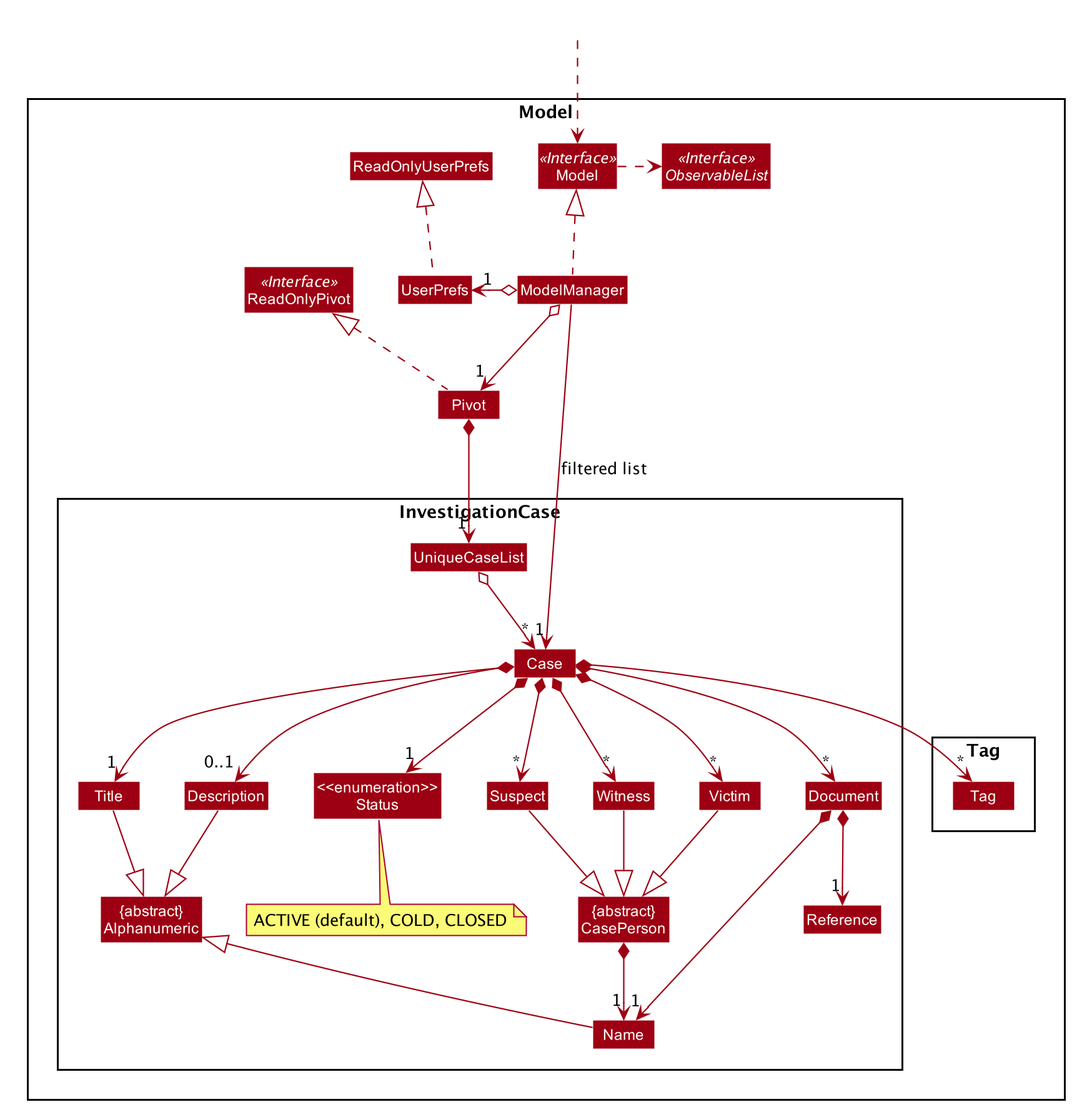
Earlier version of the PlantUML export docs/images/ModelClassDiagram.png (nus-cs2103-AY2021S1/tp).
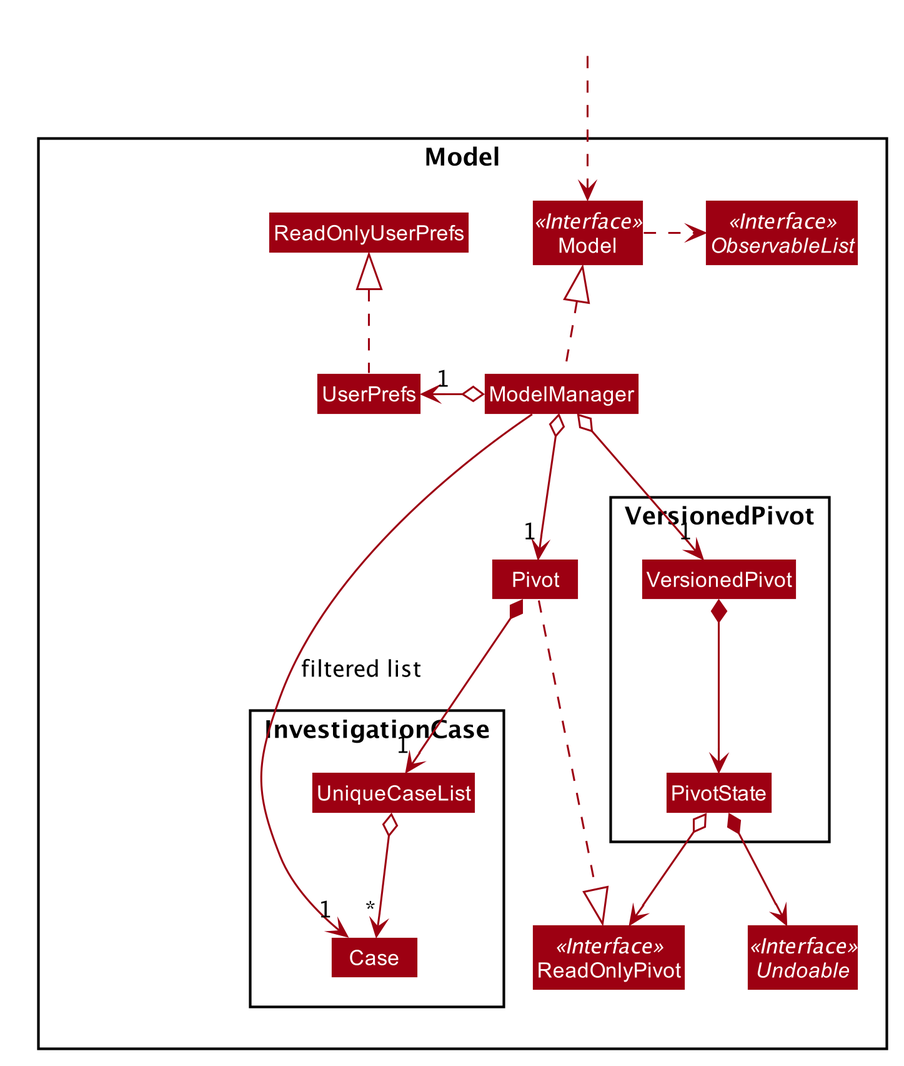
The same diagram one commit later.

Commit message:
Update ModelClassDiagram to include VersionedPivot

Diff of the diagram source:
```diff
@@ -1,4 +1,5 @@
 @startuml
+
 
 
 
@@ -45,7 +46,7 @@
 skinparam packageStyle Rectangle
 
 hide footbox
-hide members
+hide empty members
 hide circle
 skinparam arrowThickness 1.1
 skinparam arrowColor #9D0012
@@ -55,6 +56,8 @@
 Interface ReadOnlyPivot <<Interface>>
 Interface Model <<Interface>>
 Interface ObservableList <<Interface>>
+Interface Undoable <<Interface>>
+Class VersionedPivot
 Class Pivot
 Class ReadOnlyPivot
 Class Model
@@ -64,64 +67,36 @@
 
 Package InvestigationCase {
 Class Case
-Class Title
-Class Description
-Class "{abstract}\nAlphanumeric" as Alphanumeric
-Class "<<enumeration>>\nStatus" as Status
-note bottom of Status: ACTIVE (default), COLD, CLOSED
-Class Suspect
-Class Witness
-Class Victim
-Class Document
 Class UniqueCaseList
-Class Tag
-Class "{abstract}\nCasePerson" as CasePerson
-Class Name
-Class Reference
 }
 
-Package Tag {
-Class Tag
+Package VersionedPivot {
+Class VersionedPivot
+Class PivotState
 }
 
+package Model{
+Class HiddenModel #FFFFFF
 }
-
-
 
 Class HiddenOutside #FFFFFF
 HiddenOutside ..> Model
 
-Pivot .up.|> ReadOnlyPivot
+Pivot ..|> ReadOnlyPivot
 
 ModelManager .up.|> Model
 Model .right.> ObservableList
 ModelManager o--> "1" Pivot
+ModelManager o--> "1" VersionedPivot
 ModelManager o-left-> "1" UserPrefs
 UserPrefs .up.|> ReadOnlyUserPrefs
 
-Suspect -down-|> CasePerson
-Witness -down-|> CasePerson
-Victim -down-|> CasePerson
-
-Title -down-|> Alphanumeric
-Description -down-|> Alphanumeric
-Name -up-|> Alphanumeric
+VersionedPivot *--> PivotState
+PivotState o--> ReadOnlyPivot
+PivotState *--> Undoable
 
 Pivot *--> "1" UniqueCaseList
 UniqueCaseList o--> "*" Case
-Case *--> "1" Title
-Case *--> "1" Status
-Case *--> "0..1" Description
-Case *--> "*" Document
-Case *--> "*" Suspect
-Case *--> "*" Witness
-Case *--> "*" Victim
-Case *--> "*" Tag
-
-Document *--> "1" Name
-Document *--> "1" Reference
-
-CasePerson *--> "1" Name
 
 ModelManager -->"1" Case : filtered list
 @enduml
```
